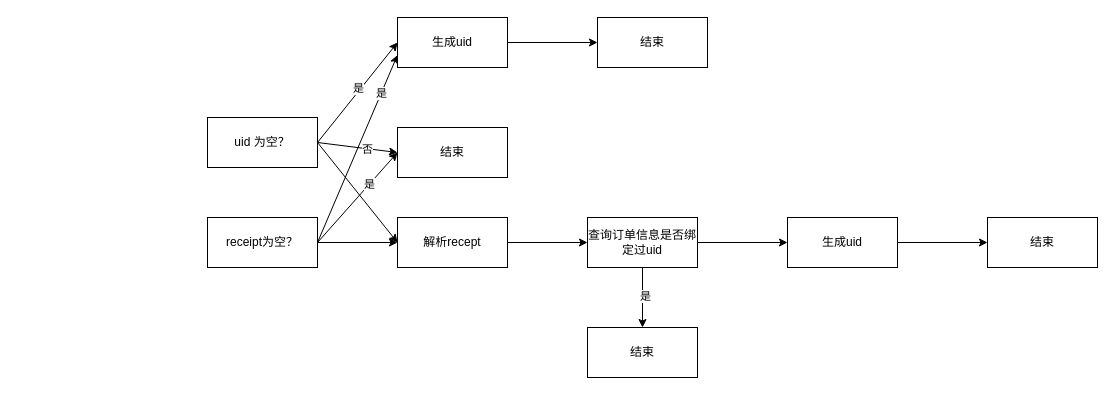
Earlier version of the draw.io diagram ifax.drawio (Sc-glong/diagrams). Source tidied: cells renumbered, new cells numbered last; positions are measured from the earlier drawing's top-left corner, leaving out a move shared by most shapes. Both pictures are drawn from the tidied source at 100%, with x=0, y=0 at pixel (207, 17).
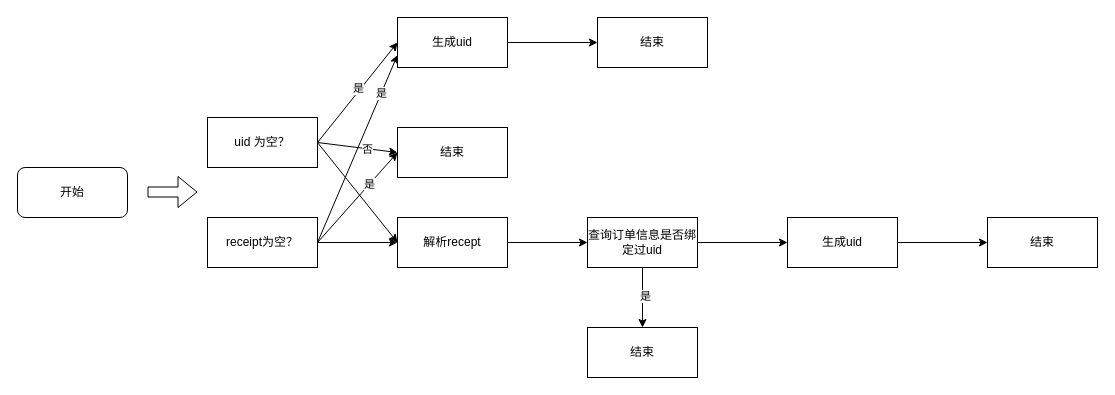
After the change.

Change to the diagram source:
```diff
@@
+    <mxCell id="28" value="开始" style="rounded=1;whiteSpace=wrap;html=1;" parent="1" vertex="1">
+      <mxGeometry x="-190" y="150" width="110" height="50" as="geometry" />
+    </mxCell>
+    <mxCell id="29" style="shape=flexArrow;endArrow=classic;html=1;rounded=0;" parent="1" edge="1">
+      <mxGeometry relative="1" as="geometry">
+        <mxPoint x="-60" y="174.5" as="sourcePoint" />
+        <mxPoint x="-10" y="174.5" as="targetPoint" />
+      </mxGeometry>
+    </mxCell>
```
